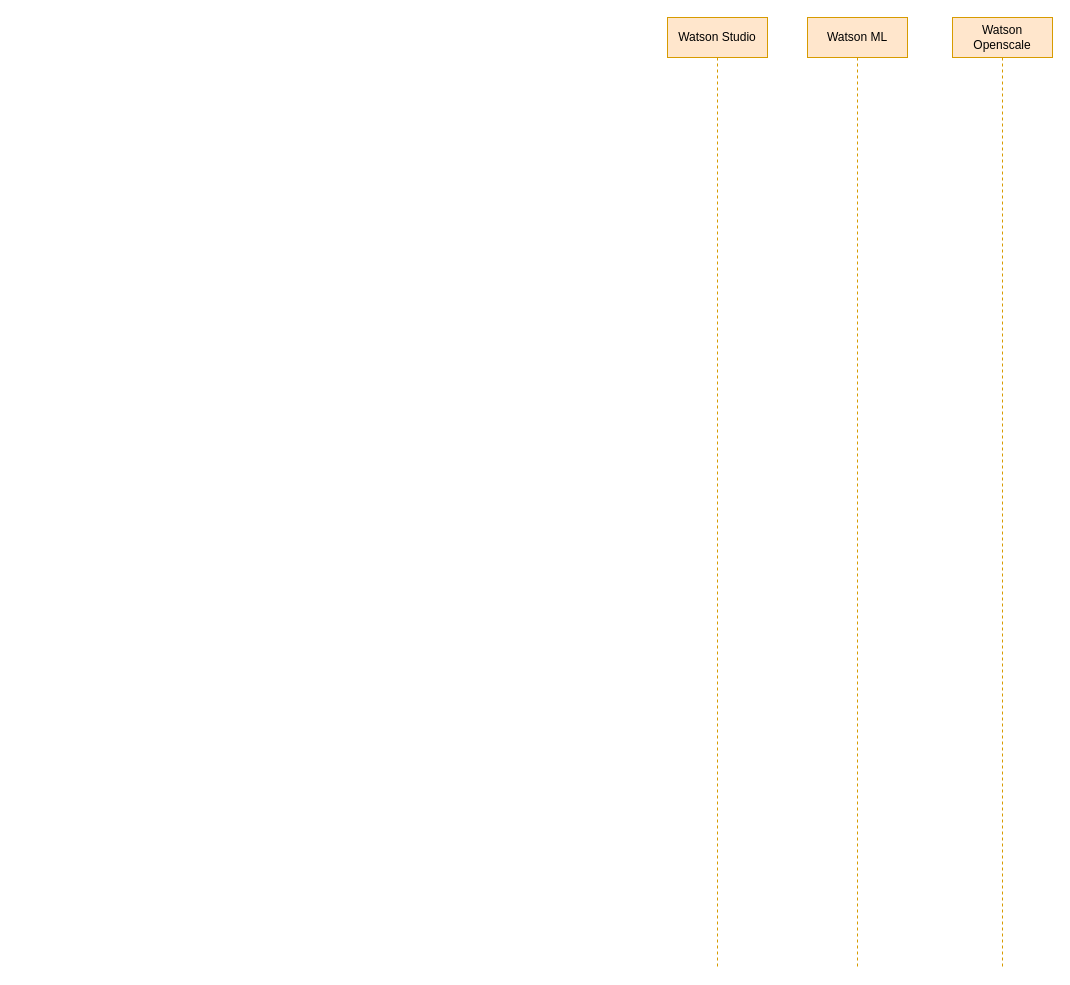
kanchantewary/CloudPakForData keeps this draw.io diagram as openscale.drawio. Above is the earlier version. Source tidied: cells renumbered, new cells numbered last; positions are measured from the earlier drawing's top-left corner, leaving out a move shared by most shapes. Both pictures are drawn from the tidied source at 100%, with x=0, y=0 at pixel (667, 17).
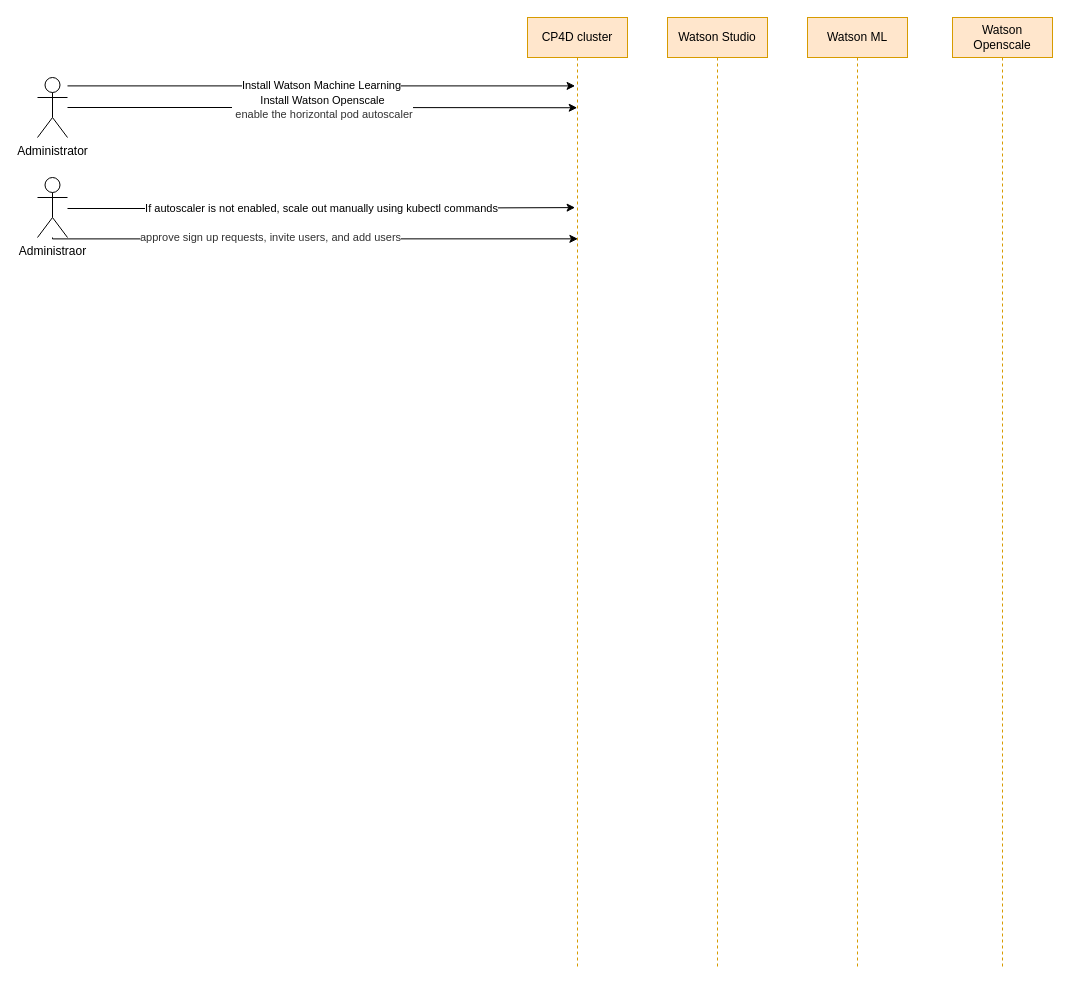
Above is the later version.

What changed in the source:
```diff
@@
 <mxGraphModel>
   <root>
     <mxCell id="0" />
     <mxCell id="1" parent="0" />
     <mxCell id="2" value="Watson Openscale" style="shape=umlLifeline;perimeter=lifelinePerimeter;whiteSpace=wrap;html=1;fillColor=#ffe6cc;strokeColor=#d79b00;" parent="1" vertex="1">
       <mxGeometry x="285" width="100" height="950" as="geometry" />
     </mxCell>
     <mxCell id="3" value="Watson ML" style="shape=umlLifeline;perimeter=lifelinePerimeter;whiteSpace=wrap;html=1;fillColor=#ffe6cc;strokeColor=#d79b00;" parent="1" vertex="1">
       <mxGeometry x="140" width="100" height="950" as="geometry" />
     </mxCell>
     <mxCell id="4" value="Watson Studio" style="shape=umlLifeline;perimeter=lifelinePerimeter;whiteSpace=wrap;html=1;fillColor=#ffe6cc;strokeColor=#d79b00;" parent="1" vertex="1">
       <mxGeometry width="100" height="950" as="geometry" />
     </mxCell>
+    <mxCell id="5" value="CP4D cluster" style="shape=umlLifeline;perimeter=lifelinePerimeter;whiteSpace=wrap;html=1;outlineConnect=0;fillColor=#ffe6cc;strokeColor=#d79b00;" parent="1" vertex="1">
+      <mxGeometry x="-140" width="100" height="950" as="geometry" />
+    </mxCell>
+    <mxCell id="6" value="Install Watson Openscale&lt;br&gt;&lt;span style=&quot;color: rgb(50 , 50 , 50)&quot;&gt;&lt;font style=&quot;font-size: 11px&quot;&gt;&amp;nbsp;enable the horizontal pod autoscaler&lt;/font&gt;&lt;/span&gt;" style="edgeStyle=orthogonalEdgeStyle;rounded=0;jettySize=auto;html=1;entryX=0.497;entryY=0.095;entryDx=0;entryDy=0;entryPerimeter=0;" parent="1" edge="1" source="8" target="5">
+      <mxGeometry relative="1" as="geometry" />
+    </mxCell>
+    <mxCell id="7" value="Install Watson Machine Learning" style="edgeStyle=orthogonalEdgeStyle;rounded=0;jettySize=auto;html=1;entryX=0.476;entryY=0.072;entryDx=0;entryDy=0;entryPerimeter=0;" parent="1" edge="1" source="8" target="5">
+      <mxGeometry relative="1" as="geometry">
+        <Array as="points">
+          <mxPoint x="-305" y="68" />
+        </Array>
+      </mxGeometry>
+    </mxCell>
+    <mxCell id="8" value="Administrator" style="shape=umlActor;verticalLabelPosition=bottom;verticalAlign=top;html=1;" parent="1" vertex="1">
+      <mxGeometry x="-630" y="60" width="30" height="60" as="geometry" />
+    </mxCell>
+    <mxCell id="9" value="If autoscaler is not enabled, scale out manually using kubectl commands" style="edgeStyle=orthogonalEdgeStyle;rounded=0;orthogonalLoop=1;jettySize=auto;html=1;entryX=0.476;entryY=0.199;entryDx=0;entryDy=0;entryPerimeter=0;" parent="1" edge="1">
+      <mxGeometry relative="1" as="geometry">
+        <mxPoint x="-600" y="191" as="sourcePoint" />
+        <mxPoint x="-92.4" y="190.1" as="targetPoint" />
+        <Array as="points">
+          <mxPoint x="-346" y="191" />
+          <mxPoint x="-346" y="190" />
+        </Array>
+      </mxGeometry>
+    </mxCell>
+    <mxCell id="10" style="edgeStyle=orthogonalEdgeStyle;rounded=0;jettySize=auto;html=1;entryX=0.504;entryY=0.233;entryDx=0;entryDy=0;entryPerimeter=0;" parent="1" edge="1" source="12" target="5">
+      <mxGeometry relative="1" as="geometry">
+        <Array as="points">
+          <mxPoint x="-615" y="221" />
+        </Array>
+      </mxGeometry>
+    </mxCell>
+    <mxCell id="11" value="&lt;span style=&quot;color: rgb(50 , 50 , 50)&quot;&gt;&lt;font style=&quot;font-size: 11px&quot;&gt;approve sign up requests, invite users, and add users&lt;/font&gt;&lt;/span&gt;" style="edgeLabel;html=1;align=left;verticalAlign=middle;" parent="10" vertex="1">
+      <mxGeometry x="-0.25" y="1" relative="1" as="geometry">
+        <mxPoint x="-110.9" y="-0.4" as="offset" />
+      </mxGeometry>
+    </mxCell>
+    <mxCell id="12" value="Administraor" style="shape=umlActor;verticalLabelPosition=bottom;verticalAlign=top;html=1;" parent="1" vertex="1">
+      <mxGeometry x="-630" y="160" width="30" height="60" as="geometry" />
+    </mxCell>
   </root>
 </mxGraphModel>
```
